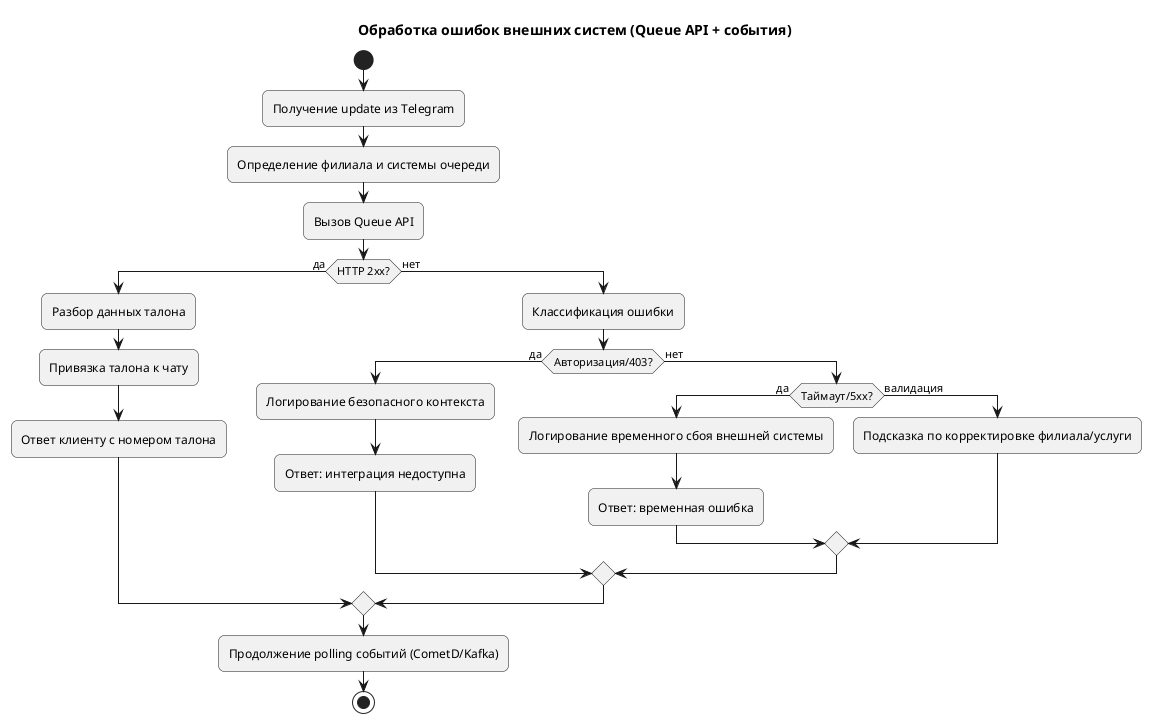
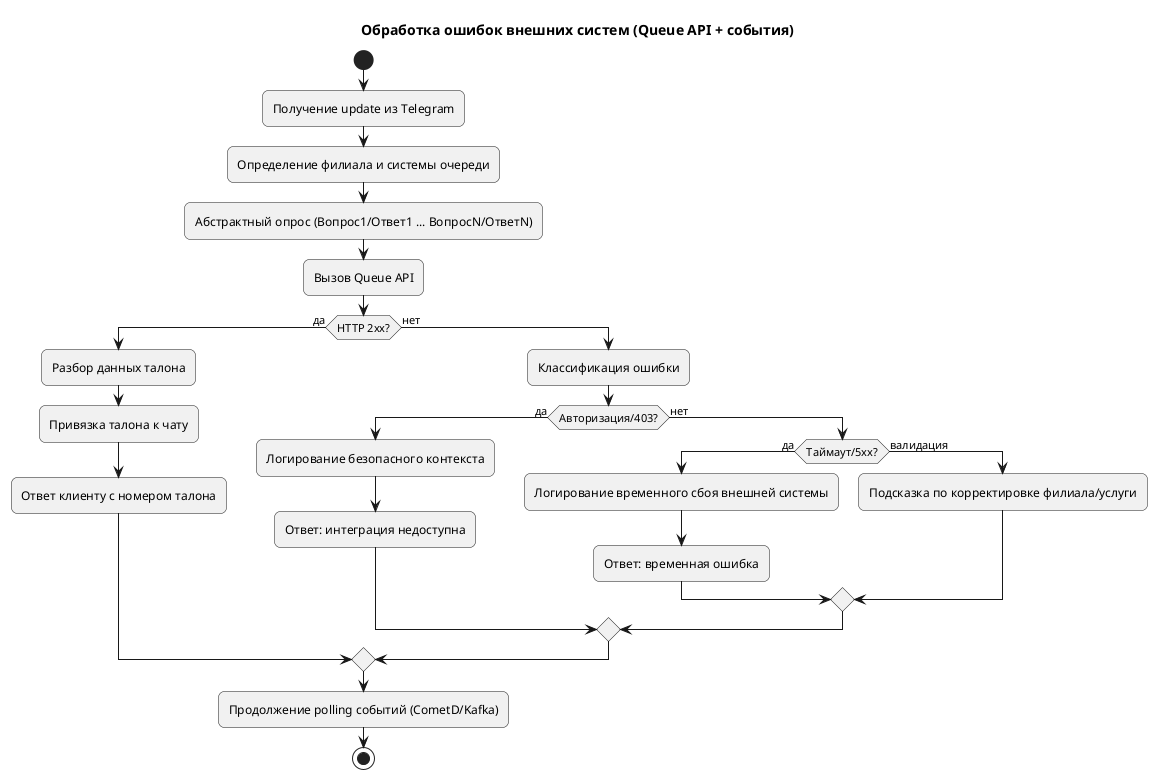
@startuml
skinparam backgroundColor #FFFFFF
skinparam shadowing false
skinparam roundcorner 12
title Обработка ошибок внешних систем (Queue API + события)
start
:Получение update из Telegram;
:Определение филиала и системы очереди;
+ :Абстрактный опрос (Вопрос1/Ответ1 ... ВопросN/ОтветN);
:Вызов Queue API;
if (HTTP 2xx?) then (да)
  :Разбор данных талона;
  :Привязка талона к чату;
  :Ответ клиенту с номером талона;
else (нет)
  :Классификация ошибки;
  if (Авторизация/403?) then (да)
    :Логирование безопасного контекста;
    :Ответ: интеграция недоступна;
  else (нет)
    if (Таймаут/5xx?) then (да)
      :Логирование временного сбоя внешней системы;
      :Ответ: временная ошибка;
    else (валидация)
      :Подсказка по корректировке филиала/услуги;
    endif
  endif
endif
:Продолжение polling событий (CometD/Kafka);
stop
@enduml
